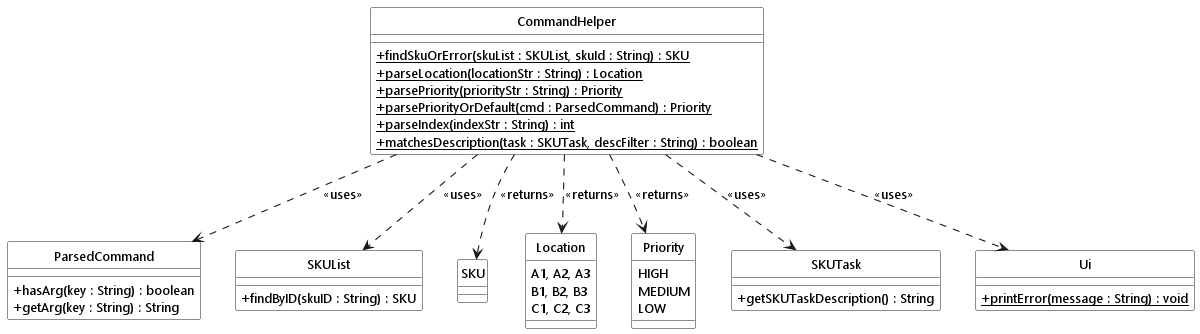
Above: docs/diagrams/command/commandHelperArchitecture.png in omcodedthis/tp (PlantUML), before the change.
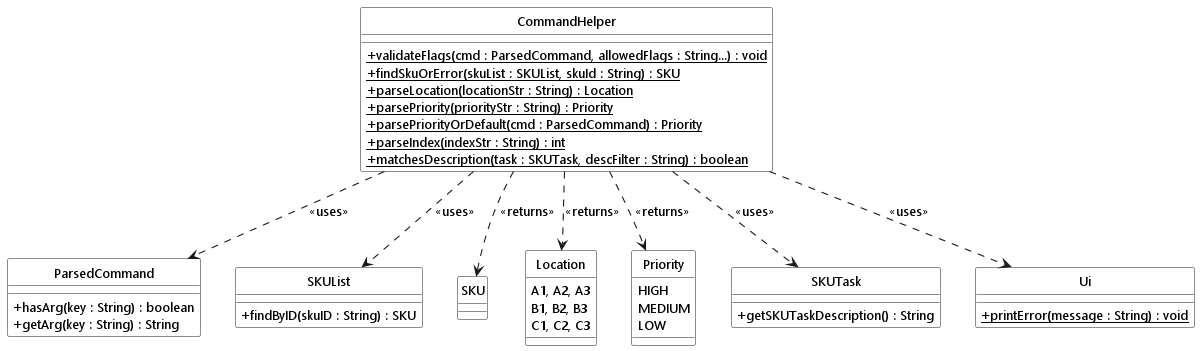
The same file after the commit.

Commit message:
updated puml diagrams to reflect the previous changes for DG; added in test cases in previous commit

The edit, as a diff of the source:
```diff
@@ -4,6 +4,7 @@
 skinparam classAttributeIconSize 0
 
 class CommandHelper LOGIC_COLOR_T1 {
+    + {static} validateFlags(cmd : ParsedCommand, allowedFlags : String...) : void
     + {static} findSkuOrError(skuList : SKUList, skuId : String) : SKU
     + {static} parseLocation(locationStr : String) : Location
     + {static} parsePriority(priorityStr : String) : Priority
```
